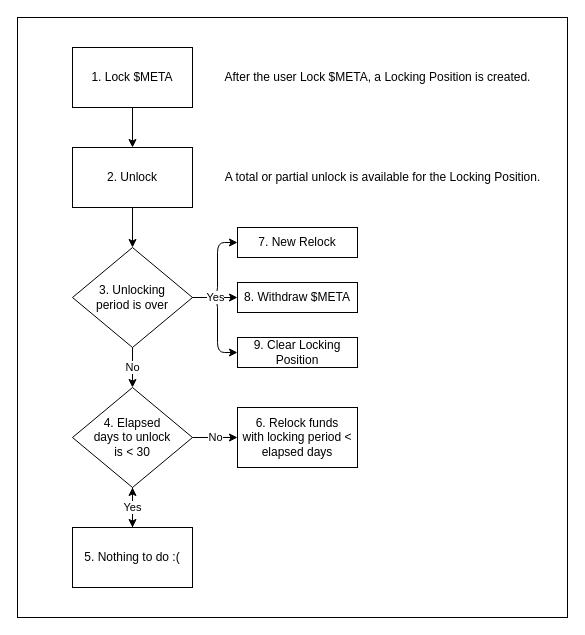
This is media/process.drawio from Meta-Pool/meta-vote-contracts, a draw.io file, before an edit. Source tidied: cells renumbered, new cells numbered last; positions are measured from the earlier drawing's top-left corner, leaving out a move shared by most shapes. Both pictures are drawn from the tidied source at 100%, with x=0, y=0 at pixel (17, 17).
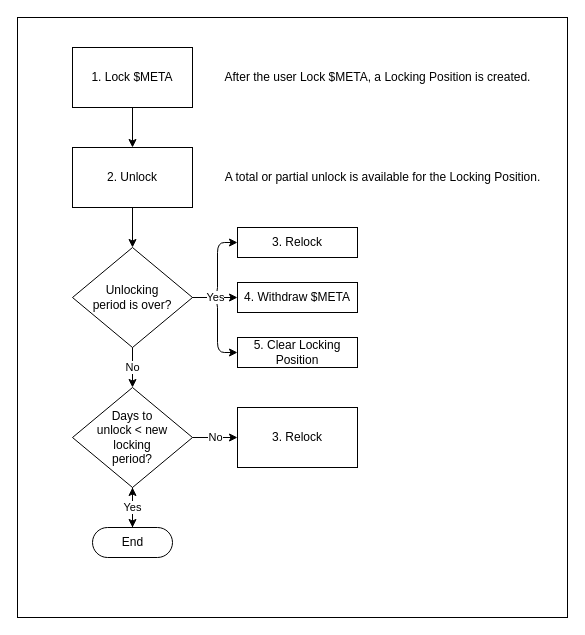
After the change.

Diff of the diagram source:
```diff
@@
-    <mxCell id="9" value="&lt;font color=&quot;#000000&quot;&gt;3. Unlocking &lt;br&gt;period is over&lt;/font&gt;" style="rhombus;whiteSpace=wrap;html=1;fillColor=#FFFFFF;strokeColor=#000000;" parent="1" vertex="1">
+    <mxCell id="9" value="&lt;font color=&quot;#000000&quot;&gt;Unlocking &lt;br&gt;period is over?&lt;/font&gt;" style="rhombus;whiteSpace=wrap;html=1;fillColor=#FFFFFF;strokeColor=#000000;" parent="1" vertex="1">
       <mxGeometry x="55" y="230" width="120" height="100" as="geometry" />
     </mxCell>
-    <mxCell id="10" value="&lt;font color=&quot;#000000&quot;&gt;4. Elapsed &lt;br&gt;days to unlock&lt;br&gt;is &amp;lt; 30&lt;/font&gt;" style="rhombus;whiteSpace=wrap;html=1;fillColor=#FFFFFF;strokeColor=#000000;" parent="1" vertex="1">
+    <mxCell id="10" value="&lt;font color=&quot;#000000&quot;&gt;Days to&lt;br&gt;unlock &amp;lt; new &lt;br&gt;locking &lt;br&gt;period?&lt;br&gt;&lt;/font&gt;" style="rhombus;whiteSpace=wrap;html=1;fillColor=#FFFFFF;strokeColor=#000000;" parent="1" vertex="1">
       <mxGeometry x="55" y="370" width="120" height="100" as="geometry" />
     </mxCell>
@@
-    <mxCell id="12" style="edgeStyle=none;html=1;fontColor=#000000;" parent="1" edge="1" source="13" target="10">
-      <mxGeometry relative="1" as="geometry" />
+    <mxCell id="12" style="edgeStyle=none;html=1;fontColor=#000000;" parent="1" edge="1" target="10">
+      <mxGeometry relative="1" as="geometry">
+        <mxPoint x="115" y="510" as="sourcePoint" />
+      </mxGeometry>
     </mxCell>
-    <mxCell id="13" value="&lt;font color=&quot;#000000&quot;&gt;5. Nothing to do :(&lt;/font&gt;" style="whiteSpace=wrap;html=1;fillColor=#FFFFFF;strokeColor=#000000;" parent="1" vertex="1">
-      <mxGeometry x="55" y="510" width="120" height="60" as="geometry" />
-    </mxCell>
-    <mxCell id="14" value="Yes" style="edgeStyle=none;html=1;strokeColor=#000000;entryX=0.5;entryY=0;entryDx=0;entryDy=0;exitX=0.5;exitY=1;exitDx=0;exitDy=0;labelBackgroundColor=#FFFFFF;fontColor=#000000;" parent="1" edge="1" source="10" target="13">
-      <mxGeometry relative="1" as="geometry" />
+    <mxCell id="14" value="Yes" style="edgeStyle=none;html=1;strokeColor=#000000;entryX=0.5;entryY=0;entryDx=0;entryDy=0;exitX=0.5;exitY=1;exitDx=0;exitDy=0;labelBackgroundColor=#FFFFFF;fontColor=#000000;" parent="1" edge="1" source="10">
+      <mxGeometry relative="1" as="geometry">
+        <mxPoint x="115" y="510" as="targetPoint" />
+      </mxGeometry>
     </mxCell>
-    <mxCell id="15" value="&lt;font color=&quot;#000000&quot;&gt;6. Relock funds&lt;br&gt;with locking period &amp;lt; elapsed days&lt;br&gt;&lt;/font&gt;" style="whiteSpace=wrap;html=1;fillColor=#FFFFFF;strokeColor=#000000;" parent="1" vertex="1">
+    <mxCell id="15" value="&lt;font color=&quot;#000000&quot;&gt;3. Relock&lt;br&gt;&lt;/font&gt;" style="whiteSpace=wrap;html=1;fillColor=#FFFFFF;strokeColor=#000000;" parent="1" vertex="1">
       <mxGeometry x="220" y="390" width="120" height="60" as="geometry" />
     </mxCell>
@@
-    <mxCell id="17" value="&lt;font color=&quot;#000000&quot;&gt;7. New Relock&lt;br&gt;&lt;/font&gt;" style="whiteSpace=wrap;html=1;fillColor=#FFFFFF;strokeColor=#000000;" parent="1" vertex="1">
+    <mxCell id="17" value="&lt;font color=&quot;#000000&quot;&gt;3. Relock&lt;br&gt;&lt;/font&gt;" style="whiteSpace=wrap;html=1;fillColor=#FFFFFF;strokeColor=#000000;" parent="1" vertex="1">
       <mxGeometry x="220" y="210" width="120" height="30" as="geometry" />
     </mxCell>
-    <mxCell id="18" value="&lt;font color=&quot;#000000&quot;&gt;8. Withdraw $META&lt;br&gt;&lt;/font&gt;" style="whiteSpace=wrap;html=1;fillColor=#FFFFFF;strokeColor=#000000;" parent="1" vertex="1">
+    <mxCell id="18" value="&lt;font color=&quot;#000000&quot;&gt;4. Withdraw $META&lt;br&gt;&lt;/font&gt;" style="whiteSpace=wrap;html=1;fillColor=#FFFFFF;strokeColor=#000000;" parent="1" vertex="1">
       <mxGeometry x="220" y="265" width="120" height="30" as="geometry" />
     </mxCell>
-    <mxCell id="19" value="&lt;font color=&quot;#000000&quot;&gt;9. Clear Locking Position&lt;br&gt;&lt;/font&gt;" style="whiteSpace=wrap;html=1;fillColor=#FFFFFF;strokeColor=#000000;" parent="1" vertex="1">
+    <mxCell id="19" value="&lt;font color=&quot;#000000&quot;&gt;5. Clear Locking Position&lt;br&gt;&lt;/font&gt;" style="whiteSpace=wrap;html=1;fillColor=#FFFFFF;strokeColor=#000000;" parent="1" vertex="1">
       <mxGeometry x="220" y="320" width="120" height="30" as="geometry" />
     </mxCell>
@@
+    <mxCell id="23" value="End" style="html=1;dashed=0;whitespace=wrap;shape=mxgraph.dfd.start;fillColor=#FFFFFF;strokeColor=#000000;fontColor=#000000;" parent="1" vertex="1">
+      <mxGeometry x="75" y="510" width="80" height="30" as="geometry" />
+    </mxCell>
```
